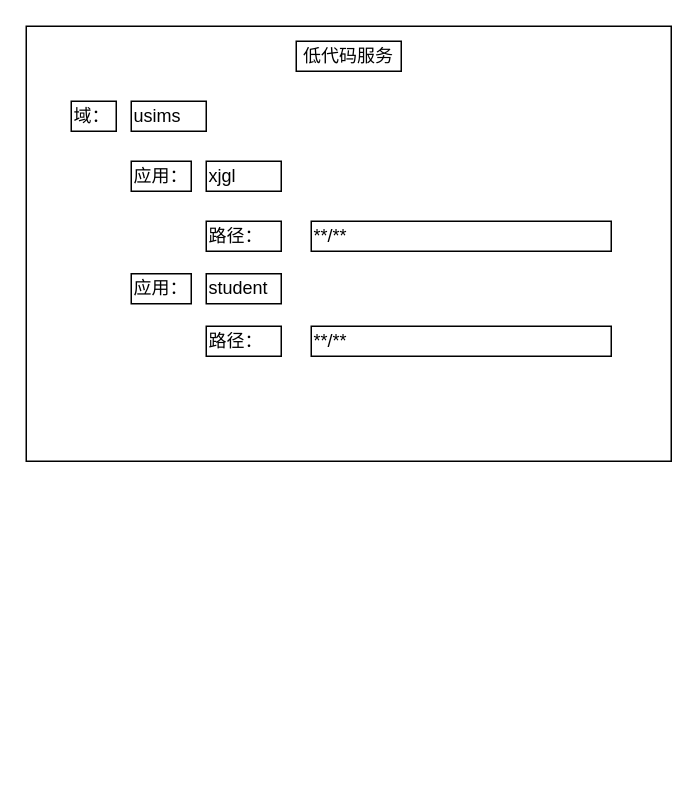
Earlier version of the draw.io diagram 未命名绘图.drawio (ProgrammerLZ/drawio). Source tidied: cells renumbered, new cells numbered last; positions are measured from the earlier drawing's top-left corner, leaving out a move shared by most shapes. Both pictures are drawn from the tidied source at 150%, with x=0, y=0 at pixel (26, 26).
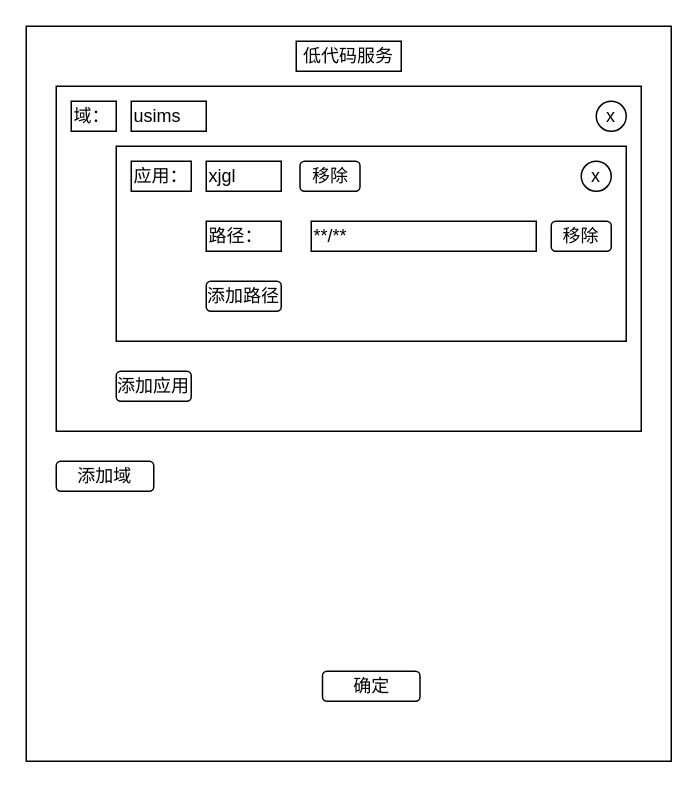
The same diagram, later.

Commit message (it also covers changes not shown here):
更新未命名绘图.drawio

The edit, as a diff of the source:
```diff
@@
 <mxGraphModel>
   <root>
     <mxCell id="0" />
     <mxCell id="1" parent="0" />
     <mxCell id="2" style="rounded=0;whiteSpace=wrap;html=1;" parent="1" vertex="1">
-      <mxGeometry width="430" height="290" as="geometry" />
+      <mxGeometry width="430" height="490" as="geometry" />
     </mxCell>
+    <mxCell id="14" style="rounded=0;whiteSpace=wrap;html=1;" parent="1" vertex="1">
+      <mxGeometry x="20" y="40" width="390" height="230" as="geometry" />
+    </mxCell>
+    <mxCell id="15" style="rounded=0;whiteSpace=wrap;html=1;" parent="1" vertex="1">
+      <mxGeometry x="60" y="80" width="340" height="130" as="geometry" />
+    </mxCell>
     <mxCell id="3" value="低代码服务" style="rounded=0;whiteSpace=wrap;html=1;" parent="1" vertex="1">
       <mxGeometry x="180" y="10" width="70" height="20" as="geometry" />
     </mxCell>
     <mxCell id="4" value="路径：" style="rounded=0;whiteSpace=wrap;html=1;align=left;" parent="1" vertex="1">
       <mxGeometry x="120" y="130" width="50" height="20" as="geometry" />
     </mxCell>
     <mxCell id="5" value="**/**" style="rounded=0;whiteSpace=wrap;html=1;align=left;" parent="1" vertex="1">
-      <mxGeometry x="190" y="130" width="200" height="20" as="geometry" />
+      <mxGeometry x="190" y="130" width="150" height="20" as="geometry" />
     </mxCell>
     <mxCell id="6" value="域：" style="rounded=0;whiteSpace=wrap;html=1;align=left;" parent="1" vertex="1">
       <mxGeometry x="30" y="50" width="30" height="20" as="geometry" />
     </mxCell>
     <mxCell id="7" value="usims" style="rounded=0;whiteSpace=wrap;html=1;align=left;" parent="1" vertex="1">
       <mxGeometry x="70" y="50" width="50" height="20" as="geometry" />
     </mxCell>
     <mxCell id="8" value="应用：" style="rounded=0;whiteSpace=wrap;html=1;align=left;" parent="1" vertex="1">
       <mxGeometry x="70" y="90" width="40" height="20" as="geometry" />
     </mxCell>
     <mxCell id="9" value="xjgl" style="rounded=0;whiteSpace=wrap;html=1;align=left;" parent="1" vertex="1">
       <mxGeometry x="120" y="90" width="50" height="20" as="geometry" />
     </mxCell>
-    <mxCell id="10" value="应用：" style="rounded=0;whiteSpace=wrap;html=1;align=left;" parent="1" vertex="1">
-      <mxGeometry x="70" y="165" width="40" height="20" as="geometry" />
-    </mxCell>
-    <mxCell id="11" value="student" style="rounded=0;whiteSpace=wrap;html=1;align=left;" parent="1" vertex="1">
-      <mxGeometry x="120" y="165" width="50" height="20" as="geometry" />
-    </mxCell>
-    <mxCell id="12" value="路径：" style="rounded=0;whiteSpace=wrap;html=1;align=left;" parent="1" vertex="1">
-      <mxGeometry x="120" y="200" width="50" height="20" as="geometry" />
-    </mxCell>
-    <mxCell id="13" value="**/**" style="rounded=0;whiteSpace=wrap;html=1;align=left;" parent="1" vertex="1">
-      <mxGeometry x="190" y="200" width="200" height="20" as="geometry" />
-    </mxCell>
+    <mxCell id="16" value="添加域" style="rounded=1;whiteSpace=wrap;html=1;" parent="1" vertex="1">
+      <mxGeometry x="20" y="290" width="65" height="20" as="geometry" />
+    </mxCell>
+    <mxCell id="17" value="x" style="ellipse;whiteSpace=wrap;html=1;" parent="1" vertex="1">
+      <mxGeometry x="380" y="50" width="20" height="20" as="geometry" />
+    </mxCell>
+    <mxCell id="18" value="确定" style="rounded=1;whiteSpace=wrap;html=1;" parent="1" vertex="1">
+      <mxGeometry x="197.5" y="430" width="65" height="20" as="geometry" />
+    </mxCell>
+    <mxCell id="19" value="移除" style="rounded=1;whiteSpace=wrap;html=1;" parent="1" vertex="1">
+      <mxGeometry x="350" y="130" width="40" height="20" as="geometry" />
+    </mxCell>
+    <mxCell id="20" value="移除" style="rounded=1;whiteSpace=wrap;html=1;" parent="1" vertex="1">
+      <mxGeometry x="182.5" y="90" width="40" height="20" as="geometry" />
+    </mxCell>
+    <mxCell id="21" value="添加应用" style="rounded=1;whiteSpace=wrap;html=1;" parent="1" vertex="1">
+      <mxGeometry x="60" y="230" width="50" height="20" as="geometry" />
+    </mxCell>
+    <mxCell id="22" value="添加路径" style="rounded=1;whiteSpace=wrap;html=1;" parent="1" vertex="1">
+      <mxGeometry x="120" y="170" width="50" height="20" as="geometry" />
+    </mxCell>
+    <mxCell id="23" value="x" style="ellipse;whiteSpace=wrap;html=1;" parent="1" vertex="1">
+      <mxGeometry x="370" y="90" width="20" height="20" as="geometry" />
+    </mxCell>
   </root>
 </mxGraphModel>
```
